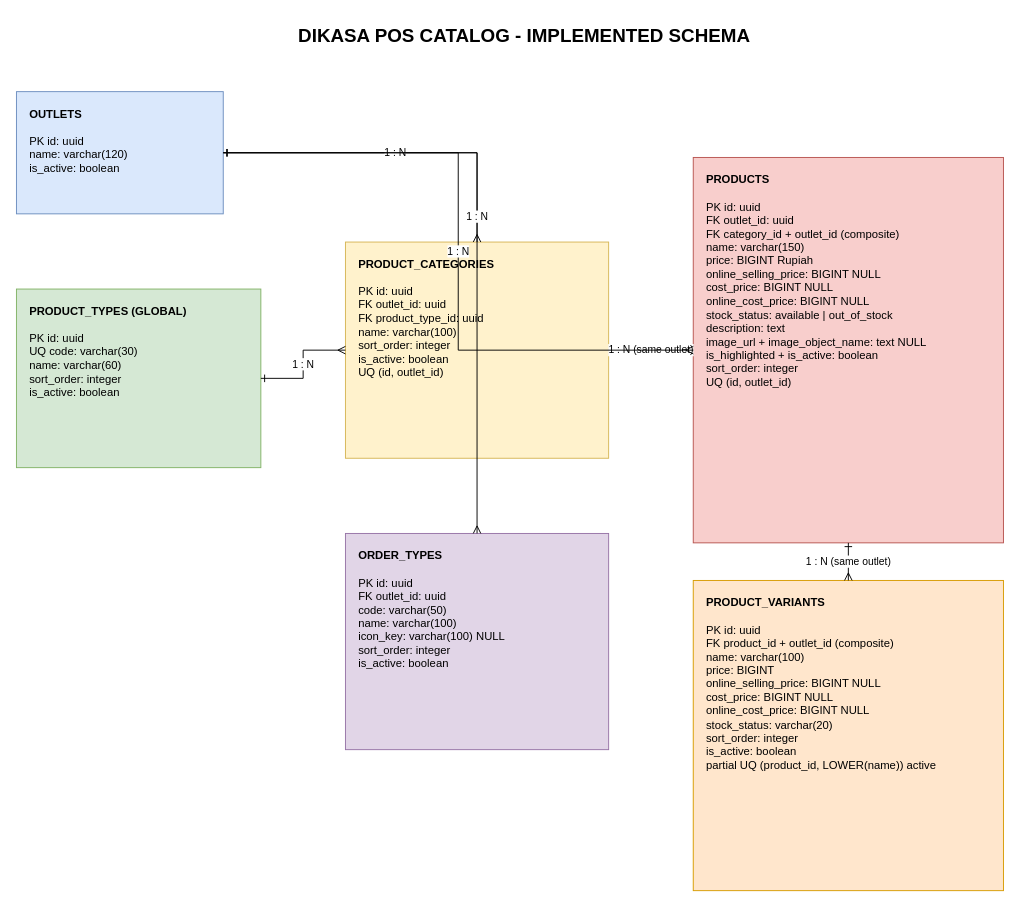
DIKASA-COMPANY/be-dikasa keeps this draw.io diagram as page "Katalog-POS" (2 of 11) of docs/architecture/DIKASA.drawio. Above is the earlier version. Source tidied: cells renumbered, new cells numbered last; positions are measured from the earlier drawing's top-left corner, leaving out a move shared by most shapes. Both pictures are drawn from the tidied source at 94%, with x=0, y=0 at pixel (16, 16).
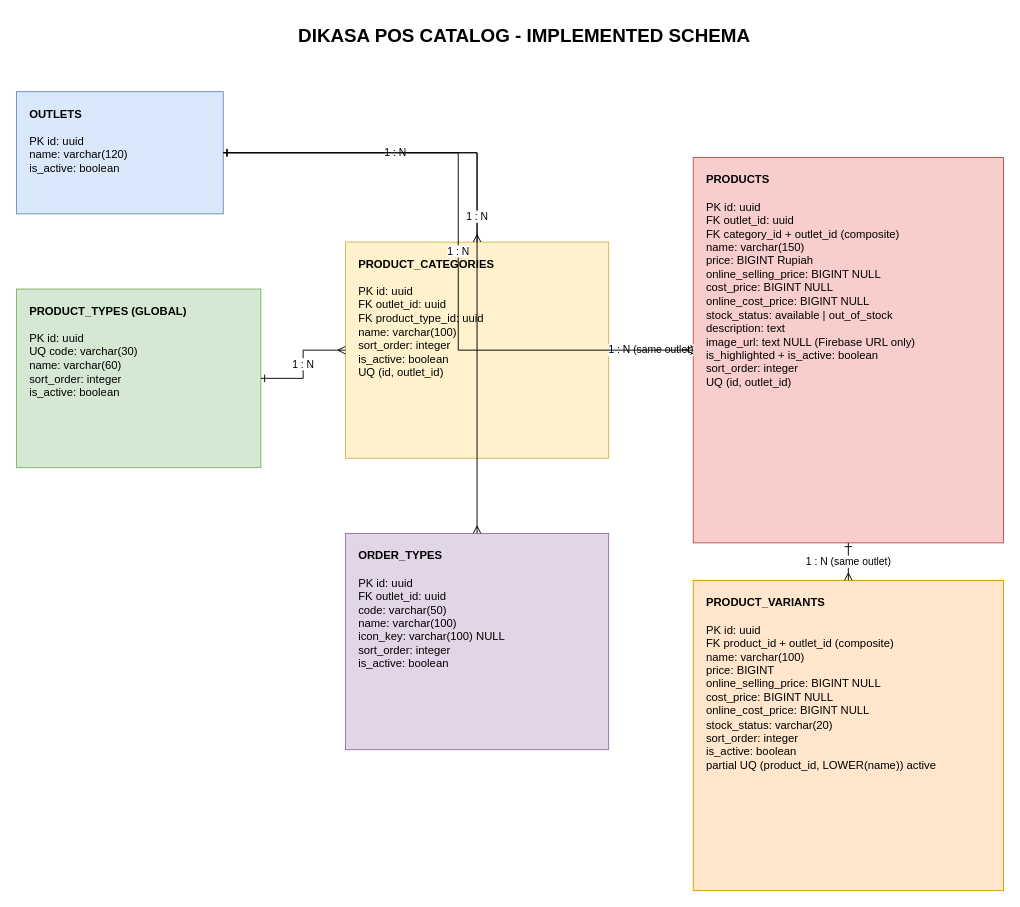
The same page after the edit.

Diff of the diagram source:
```diff
@@
 <mxGraphModel>
   <root>
     <mxCell id="0" />
     <mxCell id="1" parent="0" />
     <mxCell id="2" value="DIKASA POS CATALOG - IMPLEMENTED SCHEMA" style="text;html=1;align=center;verticalAlign=middle;fontSize=20;fontStyle=1;" parent="1" vertex="1">
       <mxGeometry x="240" width="600" height="40" as="geometry" />
     </mxCell>
     <mxCell id="3" value="&lt;b&gt;OUTLETS&lt;/b&gt;&lt;br&gt;&lt;br&gt;PK id: uuid&lt;br&gt;name: varchar(120)&lt;br&gt;is_active: boolean" style="rounded=0;whiteSpace=wrap;html=1;align=left;verticalAlign=top;spacingLeft=12;spacingTop=10;fillColor=#dae8fc;strokeColor=#6c8ebf;" parent="1" vertex="1">
       <mxGeometry y="80" width="220" height="130" as="geometry" />
     </mxCell>
     <mxCell id="4" value="&lt;b&gt;PRODUCT_TYPES (GLOBAL)&lt;/b&gt;&lt;br&gt;&lt;br&gt;PK id: uuid&lt;br&gt;UQ code: varchar(30)&lt;br&gt;name: varchar(60)&lt;br&gt;sort_order: integer&lt;br&gt;is_active: boolean" style="rounded=0;whiteSpace=wrap;html=1;align=left;verticalAlign=top;spacingLeft=12;spacingTop=10;fillColor=#d5e8d4;strokeColor=#82b366;" parent="1" vertex="1">
       <mxGeometry y="290" width="260" height="190" as="geometry" />
     </mxCell>
     <mxCell id="5" value="&lt;b&gt;PRODUCT_CATEGORIES&lt;/b&gt;&lt;br&gt;&lt;br&gt;PK id: uuid&lt;br&gt;FK outlet_id: uuid&lt;br&gt;FK product_type_id: uuid&lt;br&gt;name: varchar(100)&lt;br&gt;sort_order: integer&lt;br&gt;is_active: boolean&lt;br&gt;UQ (id, outlet_id)" style="rounded=0;whiteSpace=wrap;html=1;align=left;verticalAlign=top;spacingLeft=12;spacingTop=10;fillColor=#fff2cc;strokeColor=#d6b656;" parent="1" vertex="1">
       <mxGeometry x="350" y="240" width="280" height="230" as="geometry" />
     </mxCell>
-    <mxCell id="6" value="&lt;b&gt;PRODUCTS&lt;/b&gt;&lt;br&gt;&lt;br&gt;PK id: uuid&lt;br&gt;FK outlet_id: uuid&lt;br&gt;FK category_id + outlet_id (composite)&lt;br&gt;name: varchar(150)&lt;br&gt;price: BIGINT Rupiah&lt;br&gt;online_selling_price: BIGINT NULL&lt;br&gt;cost_price: BIGINT NULL&lt;br&gt;online_cost_price: BIGINT NULL&lt;br&gt;stock_status: available | out_of_stock&lt;br&gt;description: text&lt;br&gt;image_url + image_object_name: text NULL&lt;br&gt;is_highlighted + is_active: boolean&lt;br&gt;sort_order: integer&lt;br&gt;UQ (id, outlet_id)" style="rounded=0;whiteSpace=wrap;html=1;align=left;verticalAlign=top;spacingLeft=12;spacingTop=10;fillColor=#f8cecc;strokeColor=#b85450;" parent="1" vertex="1">
+    <mxCell id="6" value="&lt;b&gt;PRODUCTS&lt;/b&gt;&lt;br&gt;&lt;br&gt;PK id: uuid&lt;br&gt;FK outlet_id: uuid&lt;br&gt;FK category_id + outlet_id (composite)&lt;br&gt;name: varchar(150)&lt;br&gt;price: BIGINT Rupiah&lt;br&gt;online_selling_price: BIGINT NULL&lt;br&gt;cost_price: BIGINT NULL&lt;br&gt;online_cost_price: BIGINT NULL&lt;br&gt;stock_status: available | out_of_stock&lt;br&gt;description: text&lt;br&gt;image_url: text NULL (Firebase URL only)&lt;br&gt;is_highlighted + is_active: boolean&lt;br&gt;sort_order: integer&lt;br&gt;UQ (id, outlet_id)" style="rounded=0;whiteSpace=wrap;html=1;align=left;verticalAlign=top;spacingLeft=12;spacingTop=10;fillColor=#f8cecc;strokeColor=#b85450;" parent="1" vertex="1">
       <mxGeometry x="720" y="150" width="330" height="410" as="geometry" />
     </mxCell>
     <mxCell id="7" value="&lt;b&gt;PRODUCT_VARIANTS&lt;/b&gt;&lt;br&gt;&lt;br&gt;PK id: uuid&lt;br&gt;FK product_id + outlet_id (composite)&lt;br&gt;name: varchar(100)&lt;br&gt;price: BIGINT&lt;br&gt;online_selling_price: BIGINT NULL&lt;br&gt;cost_price: BIGINT NULL&lt;br&gt;online_cost_price: BIGINT NULL&lt;br&gt;stock_status: varchar(20)&lt;br&gt;sort_order: integer&lt;br&gt;is_active: boolean&lt;br&gt;partial UQ (product_id, LOWER(name)) active" style="rounded=0;whiteSpace=wrap;html=1;align=left;verticalAlign=top;spacingLeft=12;spacingTop=10;fillColor=#ffe6cc;strokeColor=#d79b00;" parent="1" vertex="1">
       <mxGeometry x="720" y="600" width="330" height="330" as="geometry" />
     </mxCell>
     <mxCell id="8" value="&lt;b&gt;ORDER_TYPES&lt;/b&gt;&lt;br&gt;&lt;br&gt;PK id: uuid&lt;br&gt;FK outlet_id: uuid&lt;br&gt;code: varchar(50)&lt;br&gt;name: varchar(100)&lt;br&gt;icon_key: varchar(100) NULL&lt;br&gt;sort_order: integer&lt;br&gt;is_active: boolean" style="rounded=0;whiteSpace=wrap;html=1;align=left;verticalAlign=top;spacingLeft=12;spacingTop=10;fillColor=#e1d5e7;strokeColor=#9673a6;" parent="1" vertex="1">
       <mxGeometry x="350" y="550" width="280" height="230" as="geometry" />
     </mxCell>
     <mxCell id="9" value="1 : N" style="edgeStyle=orthogonalEdgeStyle;rounded=0;html=1;endArrow=ERmany;startArrow=ERone;" parent="1" edge="1" source="3" target="5">
       <mxGeometry relative="1" as="geometry" />
     </mxCell>
     <mxCell id="10" value="1 : N" style="edgeStyle=orthogonalEdgeStyle;rounded=0;html=1;endArrow=ERmany;startArrow=ERone;" parent="1" edge="1" source="4" target="5">
       <mxGeometry relative="1" as="geometry" />
     </mxCell>
     <mxCell id="11" value="1 : N (same outlet)" style="edgeStyle=orthogonalEdgeStyle;rounded=0;html=1;endArrow=ERmany;startArrow=ERone;" parent="1" edge="1" source="5" target="6">
       <mxGeometry relative="1" as="geometry" />
     </mxCell>
     <mxCell id="12" value="1 : N" style="edgeStyle=orthogonalEdgeStyle;rounded=0;html=1;endArrow=ERmany;startArrow=ERone;" parent="1" edge="1" source="3" target="6">
       <mxGeometry relative="1" as="geometry" />
     </mxCell>
     <mxCell id="13" value="1 : N" style="edgeStyle=orthogonalEdgeStyle;rounded=0;html=1;endArrow=ERmany;startArrow=ERone;" parent="1" edge="1" source="3" target="8">
       <mxGeometry relative="1" as="geometry" />
     </mxCell>
     <mxCell id="14" value="1 : N (same outlet)" style="edgeStyle=orthogonalEdgeStyle;rounded=0;html=1;endArrow=ERmany;startArrow=ERone;" parent="1" edge="1" source="6" target="7">
       <mxGeometry relative="1" as="geometry" />
     </mxCell>
   </root>
 </mxGraphModel>
```
